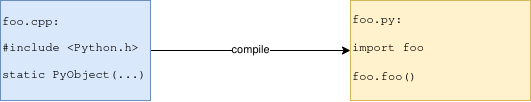
Earlier version of the draw.io export figures/python-C-API_schema.png (W1therhunter/tum-thesis-latex). Source tidied: cells renumbered, new cells last; positions are measured from the earlier drawing's top-left corner, leaving out a move shared by most shapes. Source of this version:
```xml
<mxGraphModel>
  <root>
    <mxCell id="0" />
    <mxCell id="1" parent="0" />
    <mxCell id="2" value="compile" style="edgeStyle=orthogonalEdgeStyle;rounded=0;jettySize=auto;html=1;entryX=0;entryY=0.5;entryDx=0;entryDy=0;" parent="1" edge="1" source="3" target="4">
      <mxGeometry relative="1" as="geometry" />
    </mxCell>
    <mxCell id="3" value="&lt;pre&gt;foo.cpp:&lt;/pre&gt;&lt;pre&gt;#include &amp;lt;Python.h&amp;gt;&lt;/pre&gt;&lt;pre&gt;static PyObject(...)&lt;/pre&gt;" style="rounded=0;whiteSpace=wrap;html=1;align=left;fillColor=#dae8fc;strokeColor=#6c8ebf;" parent="1" vertex="1">
      <mxGeometry width="150" height="100" as="geometry" />
    </mxCell>
    <mxCell id="4" value="&lt;pre&gt;foo.py:&lt;br&gt;&lt;br&gt;import foo&lt;br&gt;&lt;br&gt;foo.foo()&lt;/pre&gt;" style="whiteSpace=wrap;html=1;align=left;rounded=0;fillColor=#fff2cc;strokeColor=#d6b656;" parent="1" vertex="1">
      <mxGeometry x="350" width="180" height="100" as="geometry" />
    </mxCell>
  </root>
</mxGraphModel>
```
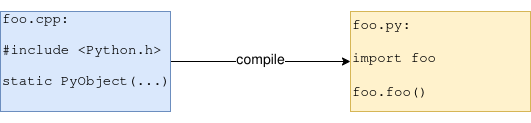
After the change.

What changed in the source:
```diff
@@ -2,13 +2,13 @@
   <root>
     <mxCell id="0" />
     <mxCell id="1" parent="0" />
-    <mxCell id="2" value="compile" style="edgeStyle=orthogonalEdgeStyle;rounded=0;jettySize=auto;html=1;entryX=0;entryY=0.5;entryDx=0;entryDy=0;" parent="1" edge="1" source="3" target="4">
+    <mxCell id="2" value="compile" style="edgeStyle=orthogonalEdgeStyle;rounded=0;jettySize=auto;html=1;entryX=0;entryY=0.5;entryDx=0;entryDy=0;fontSize=14;" parent="1" edge="1" source="3" target="4">
       <mxGeometry relative="1" as="geometry" />
     </mxCell>
-    <mxCell id="3" value="&lt;pre&gt;foo.cpp:&lt;/pre&gt;&lt;pre&gt;#include &amp;lt;Python.h&amp;gt;&lt;/pre&gt;&lt;pre&gt;static PyObject(...)&lt;/pre&gt;" style="rounded=0;whiteSpace=wrap;html=1;align=left;fillColor=#dae8fc;strokeColor=#6c8ebf;" parent="1" vertex="1">
-      <mxGeometry width="150" height="100" as="geometry" />
+    <mxCell id="3" value="&lt;pre&gt;foo.cpp:&lt;/pre&gt;&lt;pre&gt;#include &amp;lt;Python.h&amp;gt;&lt;/pre&gt;&lt;pre&gt;static PyObject(...)&lt;br&gt;  &lt;br&gt;&lt;/pre&gt;" style="rounded=0;whiteSpace=wrap;html=1;align=left;fillColor=#dae8fc;strokeColor=#6c8ebf;fontSize=14;" parent="1" vertex="1">
+      <mxGeometry width="170" height="100" as="geometry" />
     </mxCell>
-    <mxCell id="4" value="&lt;pre&gt;foo.py:&lt;br&gt;&lt;br&gt;import foo&lt;br&gt;&lt;br&gt;foo.foo()&lt;/pre&gt;" style="whiteSpace=wrap;html=1;align=left;rounded=0;fillColor=#fff2cc;strokeColor=#d6b656;" parent="1" vertex="1">
+    <mxCell id="4" value="&lt;pre&gt;foo.py:&lt;br&gt;&lt;br&gt;import foo&lt;br&gt;&lt;br&gt;foo.foo()&lt;/pre&gt;" style="whiteSpace=wrap;html=1;align=left;rounded=0;fillColor=#fff2cc;strokeColor=#d6b656;fontSize=14;" parent="1" vertex="1">
       <mxGeometry x="350" width="180" height="100" as="geometry" />
     </mxCell>
   </root>
```
